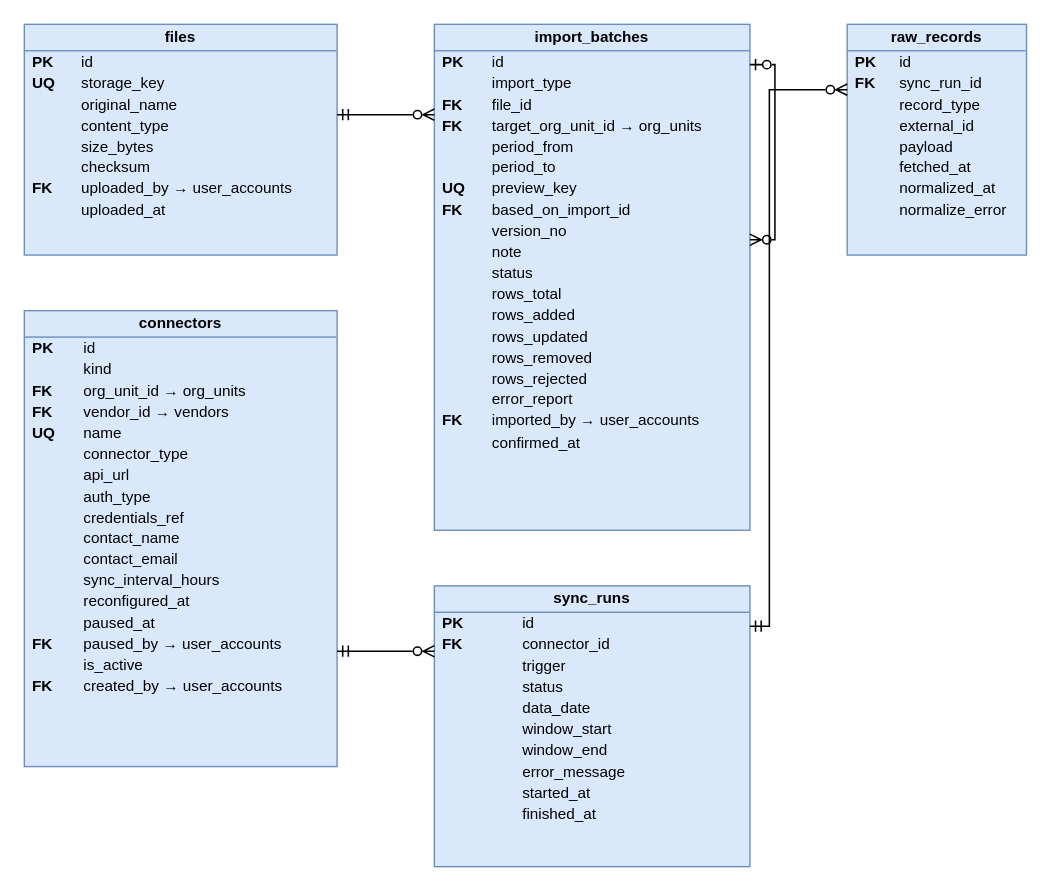
Earlier version of the draw.io diagram docs/database/diagrams/erd_collection.drawio (cuonglpv/VFast). Source tidied: cells renumbered, new cells numbered last; positions are measured from the earlier drawing's top-left corner, leaving out a move shared by most shapes. Both pictures are drawn from the tidied source at 139%, with x=0, y=0 at pixel (24, 24).
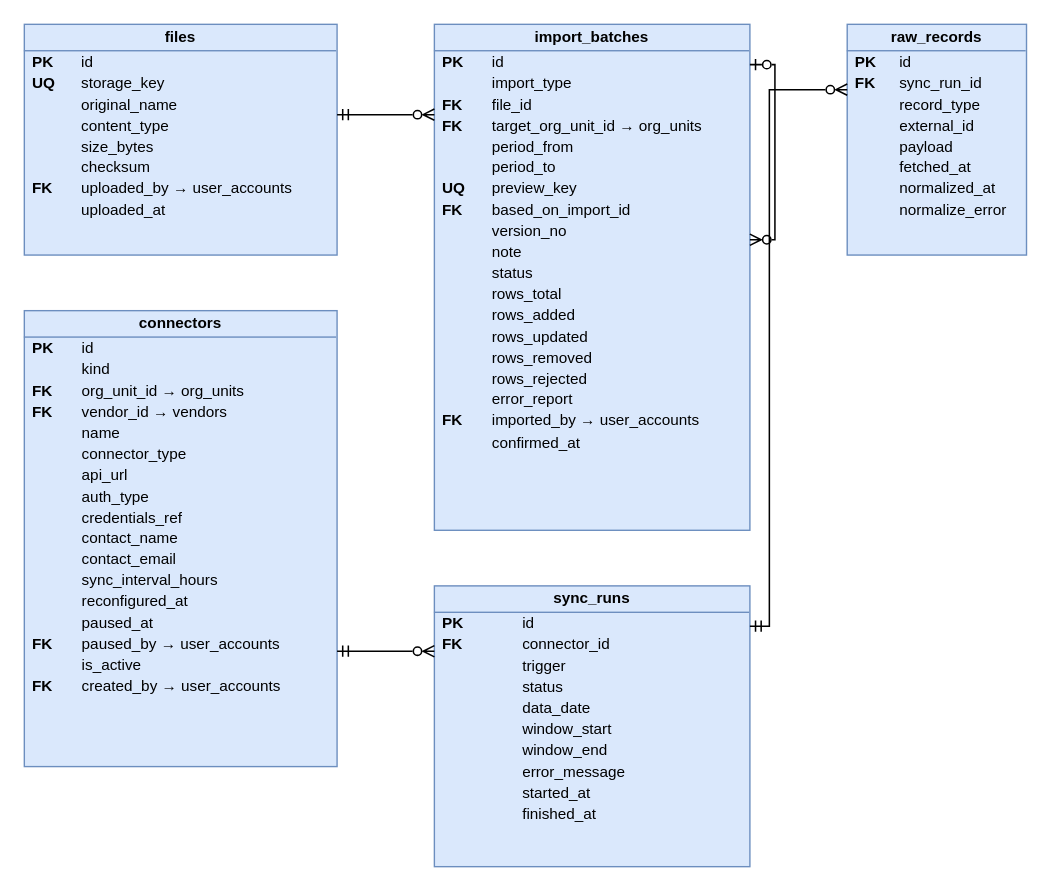
The same page after the edit.

What changed in the source:
```diff
@@
 <mxGraphModel>
   <root>
     <mxCell id="0" />
     <mxCell id="1" parent="0" />
     <mxCell id="2" value="&lt;div style=&quot;font-weight:bold;text-align:center;padding:3px 0;border-bottom:1px solid #6C8EBF;&quot;&gt;files&lt;/div&gt;&lt;table style=&quot;width:100%;font-size:11px;border-collapse:collapse;&quot;&gt;&lt;tr&gt;&lt;td style=&quot;padding:1px 8px 1px 6px;&quot;&gt;&lt;b&gt;PK&lt;/b&gt;&lt;/td&gt;&lt;td style=&quot;padding:1px 6px;&quot;&gt;id&lt;/td&gt;&lt;/tr&gt;&lt;tr&gt;&lt;td style=&quot;padding:1px 8px 1px 6px;&quot;&gt;&lt;b&gt;UQ&lt;/b&gt;&lt;/td&gt;&lt;td style=&quot;padding:1px 6px;&quot;&gt;storage_key&lt;/td&gt;&lt;/tr&gt;&lt;tr&gt;&lt;td style=&quot;padding:1px 8px 1px 6px;&quot;&gt;&lt;b&gt;&lt;/b&gt;&lt;/td&gt;&lt;td style=&quot;padding:1px 6px;&quot;&gt;original_name&lt;/td&gt;&lt;/tr&gt;&lt;tr&gt;&lt;td style=&quot;padding:1px 8px 1px 6px;&quot;&gt;&lt;b&gt;&lt;/b&gt;&lt;/td&gt;&lt;td style=&quot;padding:1px 6px;&quot;&gt;content_type&lt;/td&gt;&lt;/tr&gt;&lt;tr&gt;&lt;td style=&quot;padding:1px 8px 1px 6px;&quot;&gt;&lt;b&gt;&lt;/b&gt;&lt;/td&gt;&lt;td style=&quot;padding:1px 6px;&quot;&gt;size_bytes&lt;/td&gt;&lt;/tr&gt;&lt;tr&gt;&lt;td style=&quot;padding:1px 8px 1px 6px;&quot;&gt;&lt;b&gt;&lt;/b&gt;&lt;/td&gt;&lt;td style=&quot;padding:1px 6px;&quot;&gt;checksum&lt;/td&gt;&lt;/tr&gt;&lt;tr&gt;&lt;td style=&quot;padding:1px 8px 1px 6px;&quot;&gt;&lt;b&gt;FK&lt;/b&gt;&lt;/td&gt;&lt;td style=&quot;padding:1px 6px;&quot;&gt;uploaded_by → user_accounts&lt;/td&gt;&lt;/tr&gt;&lt;tr&gt;&lt;td style=&quot;padding:1px 8px 1px 6px;&quot;&gt;&lt;b&gt;&lt;/b&gt;&lt;/td&gt;&lt;td style=&quot;padding:1px 6px;&quot;&gt;uploaded_at&lt;/td&gt;&lt;/tr&gt;&lt;/table&gt;" style="rounded=0;whiteSpace=wrap;html=1;verticalAlign=top;align=left;spacing=0;overflow=fill;fillColor=#DAE8FC;strokeColor=#6C8EBF;fontSize=11;" parent="1" vertex="1">
       <mxGeometry width="225" height="166" as="geometry" />
     </mxCell>
-    <mxCell id="3" value="&lt;div style=&quot;font-weight:bold;text-align:center;padding:3px 0;border-bottom:1px solid #6C8EBF;&quot;&gt;connectors&lt;/div&gt;&lt;table style=&quot;width:100%;font-size:11px;border-collapse:collapse;&quot;&gt;&lt;tr&gt;&lt;td style=&quot;padding:1px 8px 1px 6px;&quot;&gt;&lt;b&gt;PK&lt;/b&gt;&lt;/td&gt;&lt;td style=&quot;padding:1px 6px;&quot;&gt;id&lt;/td&gt;&lt;/tr&gt;&lt;tr&gt;&lt;td style=&quot;padding:1px 8px 1px 6px;&quot;&gt;&lt;b&gt;&lt;/b&gt;&lt;/td&gt;&lt;td style=&quot;padding:1px 6px;&quot;&gt;kind&lt;/td&gt;&lt;/tr&gt;&lt;tr&gt;&lt;td style=&quot;padding:1px 8px 1px 6px;&quot;&gt;&lt;b&gt;FK&lt;/b&gt;&lt;/td&gt;&lt;td style=&quot;padding:1px 6px;&quot;&gt;org_unit_id → org_units&lt;/td&gt;&lt;/tr&gt;&lt;tr&gt;&lt;td style=&quot;padding:1px 8px 1px 6px;&quot;&gt;&lt;b&gt;FK&lt;/b&gt;&lt;/td&gt;&lt;td style=&quot;padding:1px 6px;&quot;&gt;vendor_id → vendors&lt;/td&gt;&lt;/tr&gt;&lt;tr&gt;&lt;td style=&quot;padding:1px 8px 1px 6px;&quot;&gt;&lt;b&gt;UQ&lt;/b&gt;&lt;/td&gt;&lt;td style=&quot;padding:1px 6px;&quot;&gt;name&lt;/td&gt;&lt;/tr&gt;&lt;tr&gt;&lt;td style=&quot;padding:1px 8px 1px 6px;&quot;&gt;&lt;b&gt;&lt;/b&gt;&lt;/td&gt;&lt;td style=&quot;padding:1px 6px;&quot;&gt;connector_type&lt;/td&gt;&lt;/tr&gt;&lt;tr&gt;&lt;td style=&quot;padding:1px 8px 1px 6px;&quot;&gt;&lt;b&gt;&lt;/b&gt;&lt;/td&gt;&lt;td style=&quot;padding:1px 6px;&quot;&gt;api_url&lt;/td&gt;&lt;/tr&gt;&lt;tr&gt;&lt;td style=&quot;padding:1px 8px 1px 6px;&quot;&gt;&lt;b&gt;&lt;/b&gt;&lt;/td&gt;&lt;td style=&quot;padding:1px 6px;&quot;&gt;auth_type&lt;/td&gt;&lt;/tr&gt;&lt;tr&gt;&lt;td style=&quot;padding:1px 8px 1px 6px;&quot;&gt;&lt;b&gt;&lt;/b&gt;&lt;/td&gt;&lt;td style=&quot;padding:1px 6px;&quot;&gt;credentials_ref&lt;/td&gt;&lt;/tr&gt;&lt;tr&gt;&lt;td style=&quot;padding:1px 8px 1px 6px;&quot;&gt;&lt;b&gt;&lt;/b&gt;&lt;/td&gt;&lt;td style=&quot;padding:1px 6px;&quot;&gt;contact_name&lt;/td&gt;&lt;/tr&gt;&lt;tr&gt;&lt;td style=&quot;padding:1px 8px 1px 6px;&quot;&gt;&lt;b&gt;&lt;/b&gt;&lt;/td&gt;&lt;td style=&quot;padding:1px 6px;&quot;&gt;contact_email&lt;/td&gt;&lt;/tr&gt;&lt;tr&gt;&lt;td style=&quot;padding:1px 8px 1px 6px;&quot;&gt;&lt;b&gt;&lt;/b&gt;&lt;/td&gt;&lt;td style=&quot;padding:1px 6px;&quot;&gt;sync_interval_hours&lt;/td&gt;&lt;/tr&gt;&lt;tr&gt;&lt;td style=&quot;padding:1px 8px 1px 6px;&quot;&gt;&lt;b&gt;&lt;/b&gt;&lt;/td&gt;&lt;td style=&quot;padding:1px 6px;&quot;&gt;reconfigured_at&lt;/td&gt;&lt;/tr&gt;&lt;tr&gt;&lt;td style=&quot;padding:1px 8px 1px 6px;&quot;&gt;&lt;b&gt;&lt;/b&gt;&lt;/td&gt;&lt;td style=&quot;padding:1px 6px;&quot;&gt;paused_at&lt;/td&gt;&lt;/tr&gt;&lt;tr&gt;&lt;td style=&quot;padding:1px 8px 1px 6px;&quot;&gt;&lt;b&gt;FK&lt;/b&gt;&lt;/td&gt;&lt;td style=&quot;padding:1px 6px;&quot;&gt;paused_by → user_accounts&lt;/td&gt;&lt;/tr&gt;&lt;tr&gt;&lt;td style=&quot;padding:1px 8px 1px 6px;&quot;&gt;&lt;b&gt;&lt;/b&gt;&lt;/td&gt;&lt;td style=&quot;padding:1px 6px;&quot;&gt;is_active&lt;/td&gt;&lt;/tr&gt;&lt;tr&gt;&lt;td style=&quot;padding:1px 8px 1px 6px;&quot;&gt;&lt;b&gt;FK&lt;/b&gt;&lt;/td&gt;&lt;td style=&quot;padding:1px 6px;&quot;&gt;created_by → user_accounts&lt;/td&gt;&lt;/tr&gt;&lt;/table&gt;" style="rounded=0;whiteSpace=wrap;html=1;verticalAlign=top;align=left;spacing=0;overflow=fill;fillColor=#DAE8FC;strokeColor=#6C8EBF;fontSize=11;" parent="1" vertex="1">
+    <mxCell id="3" value="&lt;div style=&quot;font-weight:bold;text-align:center;padding:3px 0;border-bottom:1px solid #6C8EBF;&quot;&gt;connectors&lt;/div&gt;&lt;table style=&quot;width:100%;font-size:11px;border-collapse:collapse;&quot;&gt;&lt;tr&gt;&lt;td style=&quot;padding:1px 8px 1px 6px;&quot;&gt;&lt;b&gt;PK&lt;/b&gt;&lt;/td&gt;&lt;td style=&quot;padding:1px 6px;&quot;&gt;id&lt;/td&gt;&lt;/tr&gt;&lt;tr&gt;&lt;td style=&quot;padding:1px 8px 1px 6px;&quot;&gt;&lt;b&gt;&lt;/b&gt;&lt;/td&gt;&lt;td style=&quot;padding:1px 6px;&quot;&gt;kind&lt;/td&gt;&lt;/tr&gt;&lt;tr&gt;&lt;td style=&quot;padding:1px 8px 1px 6px;&quot;&gt;&lt;b&gt;FK&lt;/b&gt;&lt;/td&gt;&lt;td style=&quot;padding:1px 6px;&quot;&gt;org_unit_id → org_units&lt;/td&gt;&lt;/tr&gt;&lt;tr&gt;&lt;td style=&quot;padding:1px 8px 1px 6px;&quot;&gt;&lt;b&gt;FK&lt;/b&gt;&lt;/td&gt;&lt;td style=&quot;padding:1px 6px;&quot;&gt;vendor_id → vendors&lt;/td&gt;&lt;/tr&gt;&lt;tr&gt;&lt;td style=&quot;padding:1px 8px 1px 6px;&quot;&gt;&lt;b&gt;&lt;/b&gt;&lt;/td&gt;&lt;td style=&quot;padding:1px 6px;&quot;&gt;name&lt;/td&gt;&lt;/tr&gt;&lt;tr&gt;&lt;td style=&quot;padding:1px 8px 1px 6px;&quot;&gt;&lt;b&gt;&lt;/b&gt;&lt;/td&gt;&lt;td style=&quot;padding:1px 6px;&quot;&gt;connector_type&lt;/td&gt;&lt;/tr&gt;&lt;tr&gt;&lt;td style=&quot;padding:1px 8px 1px 6px;&quot;&gt;&lt;b&gt;&lt;/b&gt;&lt;/td&gt;&lt;td style=&quot;padding:1px 6px;&quot;&gt;api_url&lt;/td&gt;&lt;/tr&gt;&lt;tr&gt;&lt;td style=&quot;padding:1px 8px 1px 6px;&quot;&gt;&lt;b&gt;&lt;/b&gt;&lt;/td&gt;&lt;td style=&quot;padding:1px 6px;&quot;&gt;auth_type&lt;/td&gt;&lt;/tr&gt;&lt;tr&gt;&lt;td style=&quot;padding:1px 8px 1px 6px;&quot;&gt;&lt;b&gt;&lt;/b&gt;&lt;/td&gt;&lt;td style=&quot;padding:1px 6px;&quot;&gt;credentials_ref&lt;/td&gt;&lt;/tr&gt;&lt;tr&gt;&lt;td style=&quot;padding:1px 8px 1px 6px;&quot;&gt;&lt;b&gt;&lt;/b&gt;&lt;/td&gt;&lt;td style=&quot;padding:1px 6px;&quot;&gt;contact_name&lt;/td&gt;&lt;/tr&gt;&lt;tr&gt;&lt;td style=&quot;padding:1px 8px 1px 6px;&quot;&gt;&lt;b&gt;&lt;/b&gt;&lt;/td&gt;&lt;td style=&quot;padding:1px 6px;&quot;&gt;contact_email&lt;/td&gt;&lt;/tr&gt;&lt;tr&gt;&lt;td style=&quot;padding:1px 8px 1px 6px;&quot;&gt;&lt;b&gt;&lt;/b&gt;&lt;/td&gt;&lt;td style=&quot;padding:1px 6px;&quot;&gt;sync_interval_hours&lt;/td&gt;&lt;/tr&gt;&lt;tr&gt;&lt;td style=&quot;padding:1px 8px 1px 6px;&quot;&gt;&lt;b&gt;&lt;/b&gt;&lt;/td&gt;&lt;td style=&quot;padding:1px 6px;&quot;&gt;reconfigured_at&lt;/td&gt;&lt;/tr&gt;&lt;tr&gt;&lt;td style=&quot;padding:1px 8px 1px 6px;&quot;&gt;&lt;b&gt;&lt;/b&gt;&lt;/td&gt;&lt;td style=&quot;padding:1px 6px;&quot;&gt;paused_at&lt;/td&gt;&lt;/tr&gt;&lt;tr&gt;&lt;td style=&quot;padding:1px 8px 1px 6px;&quot;&gt;&lt;b&gt;FK&lt;/b&gt;&lt;/td&gt;&lt;td style=&quot;padding:1px 6px;&quot;&gt;paused_by → user_accounts&lt;/td&gt;&lt;/tr&gt;&lt;tr&gt;&lt;td style=&quot;padding:1px 8px 1px 6px;&quot;&gt;&lt;b&gt;&lt;/b&gt;&lt;/td&gt;&lt;td style=&quot;padding:1px 6px;&quot;&gt;is_active&lt;/td&gt;&lt;/tr&gt;&lt;tr&gt;&lt;td style=&quot;padding:1px 8px 1px 6px;&quot;&gt;&lt;b&gt;FK&lt;/b&gt;&lt;/td&gt;&lt;td style=&quot;padding:1px 6px;&quot;&gt;created_by → user_accounts&lt;/td&gt;&lt;/tr&gt;&lt;/table&gt;" style="rounded=0;whiteSpace=wrap;html=1;verticalAlign=top;align=left;spacing=0;overflow=fill;fillColor=#DAE8FC;strokeColor=#6C8EBF;fontSize=11;" parent="1" vertex="1">
       <mxGeometry y="206" width="225" height="328" as="geometry" />
     </mxCell>
     <mxCell id="4" value="&lt;div style=&quot;font-weight:bold;text-align:center;padding:3px 0;border-bottom:1px solid #6C8EBF;&quot;&gt;import_batches&lt;/div&gt;&lt;table style=&quot;width:100%;font-size:11px;border-collapse:collapse;&quot;&gt;&lt;tr&gt;&lt;td style=&quot;padding:1px 8px 1px 6px;&quot;&gt;&lt;b&gt;PK&lt;/b&gt;&lt;/td&gt;&lt;td style=&quot;padding:1px 6px;&quot;&gt;id&lt;/td&gt;&lt;/tr&gt;&lt;tr&gt;&lt;td style=&quot;padding:1px 8px 1px 6px;&quot;&gt;&lt;b&gt;&lt;/b&gt;&lt;/td&gt;&lt;td style=&quot;padding:1px 6px;&quot;&gt;import_type&lt;/td&gt;&lt;/tr&gt;&lt;tr&gt;&lt;td style=&quot;padding:1px 8px 1px 6px;&quot;&gt;&lt;b&gt;FK&lt;/b&gt;&lt;/td&gt;&lt;td style=&quot;padding:1px 6px;&quot;&gt;file_id&lt;/td&gt;&lt;/tr&gt;&lt;tr&gt;&lt;td style=&quot;padding:1px 8px 1px 6px;&quot;&gt;&lt;b&gt;FK&lt;/b&gt;&lt;/td&gt;&lt;td style=&quot;padding:1px 6px;&quot;&gt;target_org_unit_id → org_units&lt;/td&gt;&lt;/tr&gt;&lt;tr&gt;&lt;td style=&quot;padding:1px 8px 1px 6px;&quot;&gt;&lt;b&gt;&lt;/b&gt;&lt;/td&gt;&lt;td style=&quot;padding:1px 6px;&quot;&gt;period_from&lt;/td&gt;&lt;/tr&gt;&lt;tr&gt;&lt;td style=&quot;padding:1px 8px 1px 6px;&quot;&gt;&lt;b&gt;&lt;/b&gt;&lt;/td&gt;&lt;td style=&quot;padding:1px 6px;&quot;&gt;period_to&lt;/td&gt;&lt;/tr&gt;&lt;tr&gt;&lt;td style=&quot;padding:1px 8px 1px 6px;&quot;&gt;&lt;b&gt;UQ&lt;/b&gt;&lt;/td&gt;&lt;td style=&quot;padding:1px 6px;&quot;&gt;preview_key&lt;/td&gt;&lt;/tr&gt;&lt;tr&gt;&lt;td style=&quot;padding:1px 8px 1px 6px;&quot;&gt;&lt;b&gt;FK&lt;/b&gt;&lt;/td&gt;&lt;td style=&quot;padding:1px 6px;&quot;&gt;based_on_import_id&lt;/td&gt;&lt;/tr&gt;&lt;tr&gt;&lt;td style=&quot;padding:1px 8px 1px 6px;&quot;&gt;&lt;b&gt;&lt;/b&gt;&lt;/td&gt;&lt;td style=&quot;padding:1px 6px;&quot;&gt;version_no&lt;/td&gt;&lt;/tr&gt;&lt;tr&gt;&lt;td style=&quot;padding:1px 8px 1px 6px;&quot;&gt;&lt;b&gt;&lt;/b&gt;&lt;/td&gt;&lt;td style=&quot;padding:1px 6px;&quot;&gt;note&lt;/td&gt;&lt;/tr&gt;&lt;tr&gt;&lt;td style=&quot;padding:1px 8px 1px 6px;&quot;&gt;&lt;b&gt;&lt;/b&gt;&lt;/td&gt;&lt;td style=&quot;padding:1px 6px;&quot;&gt;status&lt;/td&gt;&lt;/tr&gt;&lt;tr&gt;&lt;td style=&quot;padding:1px 8px 1px 6px;&quot;&gt;&lt;b&gt;&lt;/b&gt;&lt;/td&gt;&lt;td style=&quot;padding:1px 6px;&quot;&gt;rows_total&lt;/td&gt;&lt;/tr&gt;&lt;tr&gt;&lt;td style=&quot;padding:1px 8px 1px 6px;&quot;&gt;&lt;b&gt;&lt;/b&gt;&lt;/td&gt;&lt;td style=&quot;padding:1px 6px;&quot;&gt;rows_added&lt;/td&gt;&lt;/tr&gt;&lt;tr&gt;&lt;td style=&quot;padding:1px 8px 1px 6px;&quot;&gt;&lt;b&gt;&lt;/b&gt;&lt;/td&gt;&lt;td style=&quot;padding:1px 6px;&quot;&gt;rows_updated&lt;/td&gt;&lt;/tr&gt;&lt;tr&gt;&lt;td style=&quot;padding:1px 8px 1px 6px;&quot;&gt;&lt;b&gt;&lt;/b&gt;&lt;/td&gt;&lt;td style=&quot;padding:1px 6px;&quot;&gt;rows_removed&lt;/td&gt;&lt;/tr&gt;&lt;tr&gt;&lt;td style=&quot;padding:1px 8px 1px 6px;&quot;&gt;&lt;b&gt;&lt;/b&gt;&lt;/td&gt;&lt;td style=&quot;padding:1px 6px;&quot;&gt;rows_rejected&lt;/td&gt;&lt;/tr&gt;&lt;tr&gt;&lt;td style=&quot;padding:1px 8px 1px 6px;&quot;&gt;&lt;b&gt;&lt;/b&gt;&lt;/td&gt;&lt;td style=&quot;padding:1px 6px;&quot;&gt;error_report&lt;/td&gt;&lt;/tr&gt;&lt;tr&gt;&lt;td style=&quot;padding:1px 8px 1px 6px;&quot;&gt;&lt;b&gt;FK&lt;/b&gt;&lt;/td&gt;&lt;td style=&quot;padding:1px 6px;&quot;&gt;imported_by → user_accounts&lt;/td&gt;&lt;/tr&gt;&lt;tr&gt;&lt;td style=&quot;padding:1px 8px 1px 6px;&quot;&gt;&lt;b&gt;&lt;/b&gt;&lt;/td&gt;&lt;td style=&quot;padding:1px 6px;&quot;&gt;confirmed_at&lt;/td&gt;&lt;/tr&gt;&lt;/table&gt;" style="rounded=0;whiteSpace=wrap;html=1;verticalAlign=top;align=left;spacing=0;overflow=fill;fillColor=#DAE8FC;strokeColor=#6C8EBF;fontSize=11;" parent="1" vertex="1">
       <mxGeometry x="295" width="227" height="364" as="geometry" />
     </mxCell>
     <mxCell id="5" value="&lt;div style=&quot;font-weight:bold;text-align:center;padding:3px 0;border-bottom:1px solid #6C8EBF;&quot;&gt;sync_runs&lt;/div&gt;&lt;table style=&quot;width:100%;font-size:11px;border-collapse:collapse;&quot;&gt;&lt;tr&gt;&lt;td style=&quot;padding:1px 8px 1px 6px;&quot;&gt;&lt;b&gt;PK&lt;/b&gt;&lt;/td&gt;&lt;td style=&quot;padding:1px 6px;&quot;&gt;id&lt;/td&gt;&lt;/tr&gt;&lt;tr&gt;&lt;td style=&quot;padding:1px 8px 1px 6px;&quot;&gt;&lt;b&gt;FK&lt;/b&gt;&lt;/td&gt;&lt;td style=&quot;padding:1px 6px;&quot;&gt;connector_id&lt;/td&gt;&lt;/tr&gt;&lt;tr&gt;&lt;td style=&quot;padding:1px 8px 1px 6px;&quot;&gt;&lt;b&gt;&lt;/b&gt;&lt;/td&gt;&lt;td style=&quot;padding:1px 6px;&quot;&gt;trigger&lt;/td&gt;&lt;/tr&gt;&lt;tr&gt;&lt;td style=&quot;padding:1px 8px 1px 6px;&quot;&gt;&lt;b&gt;&lt;/b&gt;&lt;/td&gt;&lt;td style=&quot;padding:1px 6px;&quot;&gt;status&lt;/td&gt;&lt;/tr&gt;&lt;tr&gt;&lt;td style=&quot;padding:1px 8px 1px 6px;&quot;&gt;&lt;b&gt;&lt;/b&gt;&lt;/td&gt;&lt;td style=&quot;padding:1px 6px;&quot;&gt;data_date&lt;/td&gt;&lt;/tr&gt;&lt;tr&gt;&lt;td style=&quot;padding:1px 8px 1px 6px;&quot;&gt;&lt;b&gt;&lt;/b&gt;&lt;/td&gt;&lt;td style=&quot;padding:1px 6px;&quot;&gt;window_start&lt;/td&gt;&lt;/tr&gt;&lt;tr&gt;&lt;td style=&quot;padding:1px 8px 1px 6px;&quot;&gt;&lt;b&gt;&lt;/b&gt;&lt;/td&gt;&lt;td style=&quot;padding:1px 6px;&quot;&gt;window_end&lt;/td&gt;&lt;/tr&gt;&lt;tr&gt;&lt;td style=&quot;padding:1px 8px 1px 6px;&quot;&gt;&lt;b&gt;&lt;/b&gt;&lt;/td&gt;&lt;td style=&quot;padding:1px 6px;&quot;&gt;error_message&lt;/td&gt;&lt;/tr&gt;&lt;tr&gt;&lt;td style=&quot;padding:1px 8px 1px 6px;&quot;&gt;&lt;b&gt;&lt;/b&gt;&lt;/td&gt;&lt;td style=&quot;padding:1px 6px;&quot;&gt;started_at&lt;/td&gt;&lt;/tr&gt;&lt;tr&gt;&lt;td style=&quot;padding:1px 8px 1px 6px;&quot;&gt;&lt;b&gt;&lt;/b&gt;&lt;/td&gt;&lt;td style=&quot;padding:1px 6px;&quot;&gt;finished_at&lt;/td&gt;&lt;/tr&gt;&lt;/table&gt;" style="rounded=0;whiteSpace=wrap;html=1;verticalAlign=top;align=left;spacing=0;overflow=fill;fillColor=#DAE8FC;strokeColor=#6C8EBF;fontSize=11;" parent="1" vertex="1">
       <mxGeometry x="295" y="404" width="227" height="202" as="geometry" />
     </mxCell>
     <mxCell id="6" value="&lt;div style=&quot;font-weight:bold;text-align:center;padding:3px 0;border-bottom:1px solid #6C8EBF;&quot;&gt;raw_records&lt;/div&gt;&lt;table style=&quot;width:100%;font-size:11px;border-collapse:collapse;&quot;&gt;&lt;tr&gt;&lt;td style=&quot;padding:1px 8px 1px 6px;&quot;&gt;&lt;b&gt;PK&lt;/b&gt;&lt;/td&gt;&lt;td style=&quot;padding:1px 6px;&quot;&gt;id&lt;/td&gt;&lt;/tr&gt;&lt;tr&gt;&lt;td style=&quot;padding:1px 8px 1px 6px;&quot;&gt;&lt;b&gt;FK&lt;/b&gt;&lt;/td&gt;&lt;td style=&quot;padding:1px 6px;&quot;&gt;sync_run_id&lt;/td&gt;&lt;/tr&gt;&lt;tr&gt;&lt;td style=&quot;padding:1px 8px 1px 6px;&quot;&gt;&lt;b&gt;&lt;/b&gt;&lt;/td&gt;&lt;td style=&quot;padding:1px 6px;&quot;&gt;record_type&lt;/td&gt;&lt;/tr&gt;&lt;tr&gt;&lt;td style=&quot;padding:1px 8px 1px 6px;&quot;&gt;&lt;b&gt;&lt;/b&gt;&lt;/td&gt;&lt;td style=&quot;padding:1px 6px;&quot;&gt;external_id&lt;/td&gt;&lt;/tr&gt;&lt;tr&gt;&lt;td style=&quot;padding:1px 8px 1px 6px;&quot;&gt;&lt;b&gt;&lt;/b&gt;&lt;/td&gt;&lt;td style=&quot;padding:1px 6px;&quot;&gt;payload&lt;/td&gt;&lt;/tr&gt;&lt;tr&gt;&lt;td style=&quot;padding:1px 8px 1px 6px;&quot;&gt;&lt;b&gt;&lt;/b&gt;&lt;/td&gt;&lt;td style=&quot;padding:1px 6px;&quot;&gt;fetched_at&lt;/td&gt;&lt;/tr&gt;&lt;tr&gt;&lt;td style=&quot;padding:1px 8px 1px 6px;&quot;&gt;&lt;b&gt;&lt;/b&gt;&lt;/td&gt;&lt;td style=&quot;padding:1px 6px;&quot;&gt;normalized_at&lt;/td&gt;&lt;/tr&gt;&lt;tr&gt;&lt;td style=&quot;padding:1px 8px 1px 6px;&quot;&gt;&lt;b&gt;&lt;/b&gt;&lt;/td&gt;&lt;td style=&quot;padding:1px 6px;&quot;&gt;normalize_error&lt;/td&gt;&lt;/tr&gt;&lt;/table&gt;" style="rounded=0;whiteSpace=wrap;html=1;verticalAlign=top;align=left;spacing=0;overflow=fill;fillColor=#DAE8FC;strokeColor=#6C8EBF;fontSize=11;" parent="1" vertex="1">
       <mxGeometry x="592" width="129" height="166" as="geometry" />
     </mxCell>
     <mxCell id="7" style="html=1;rounded=0;endArrow=ERzeroToMany;endFill=0;startArrow=ERmandOne;startFill=0;strokeColor=#000000;strokeWidth=1.1;" parent="1" edge="1">
       <mxGeometry relative="1" as="geometry">
         <mxPoint x="225" y="65" as="sourcePoint" />
         <mxPoint x="295" y="65" as="targetPoint" />
       </mxGeometry>
     </mxCell>
     <mxCell id="8" style="html=1;rounded=0;endArrow=ERzeroToMany;endFill=0;startArrow=ERmandOne;startFill=0;strokeColor=#000000;strokeWidth=1.1;" parent="1" edge="1">
       <mxGeometry relative="1" as="geometry">
         <mxPoint x="225" y="451" as="sourcePoint" />
         <mxPoint x="295" y="451" as="targetPoint" />
       </mxGeometry>
     </mxCell>
     <mxCell id="9" style="html=1;rounded=0;endArrow=ERzeroToMany;endFill=0;startArrow=ERzeroToOne;startFill=0;strokeColor=#000000;strokeWidth=1.1;" parent="1" edge="1">
       <mxGeometry relative="1" as="geometry">
         <mxPoint x="522" y="29" as="sourcePoint" />
         <mxPoint x="522" y="155" as="targetPoint" />
         <Array as="points">
           <mxPoint x="540" y="29" />
           <mxPoint x="540" y="155" />
         </Array>
       </mxGeometry>
     </mxCell>
     <mxCell id="10" style="html=1;rounded=0;endArrow=ERzeroToMany;endFill=0;startArrow=ERmandOne;startFill=0;strokeColor=#000000;strokeWidth=1.1;" parent="1" edge="1">
       <mxGeometry relative="1" as="geometry">
         <mxPoint x="522" y="433" as="sourcePoint" />
         <mxPoint x="592" y="47" as="targetPoint" />
         <Array as="points">
           <mxPoint x="536" y="433" />
           <mxPoint x="536" y="47" />
         </Array>
       </mxGeometry>
     </mxCell>
   </root>
 </mxGraphModel>
```
